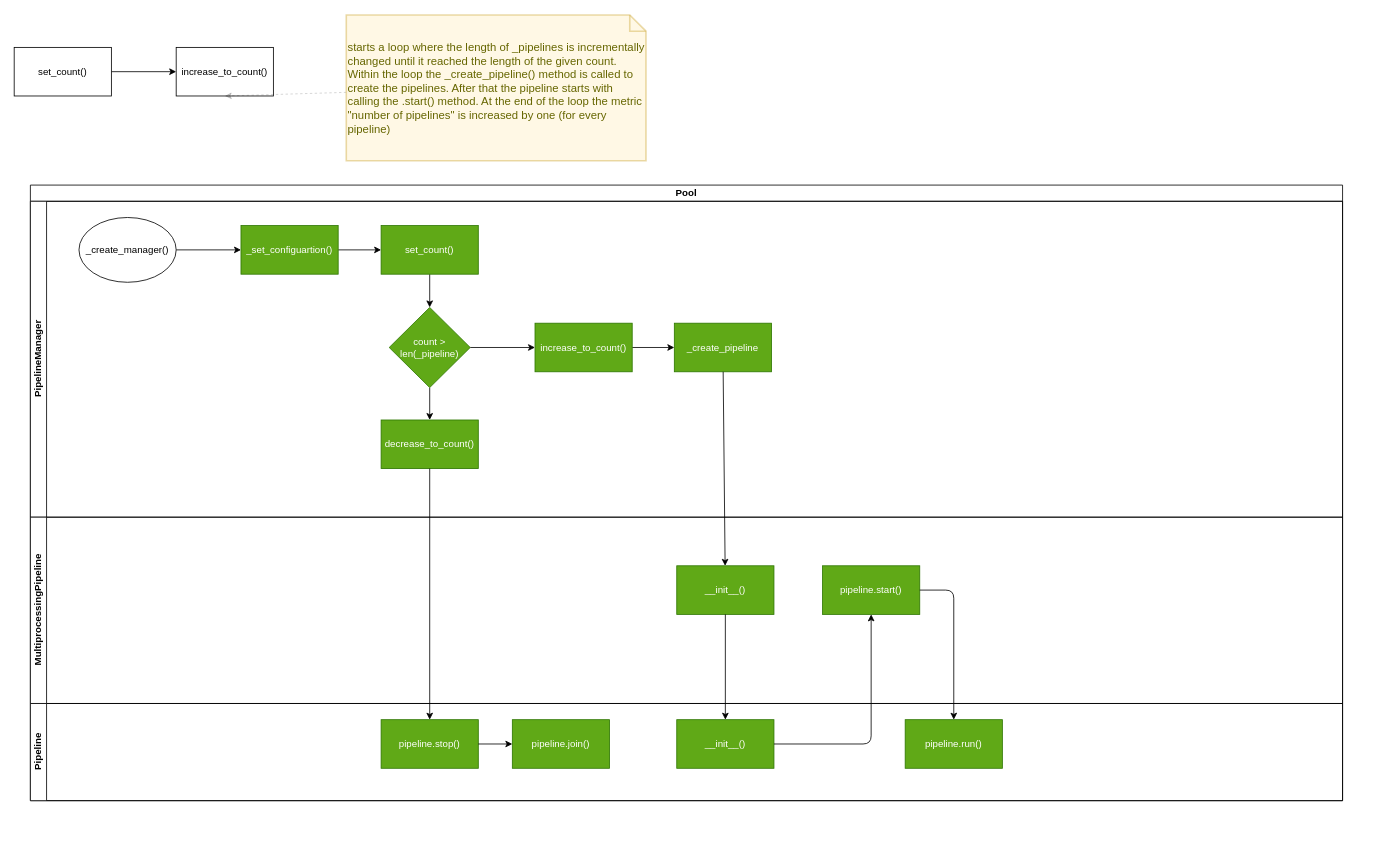
Above: doc/source/development/architecture/diagramms/pipelineManager.drawio in fkie-cad/Logprep (draw.io), before the change. Source tidied: cells renumbered, new cells numbered last; positions are measured from the earlier drawing's top-left corner, leaving out a move shared by most shapes. Both pictures are drawn from the tidied source at 81%, with x=0, y=0 at pixel (14, 15).
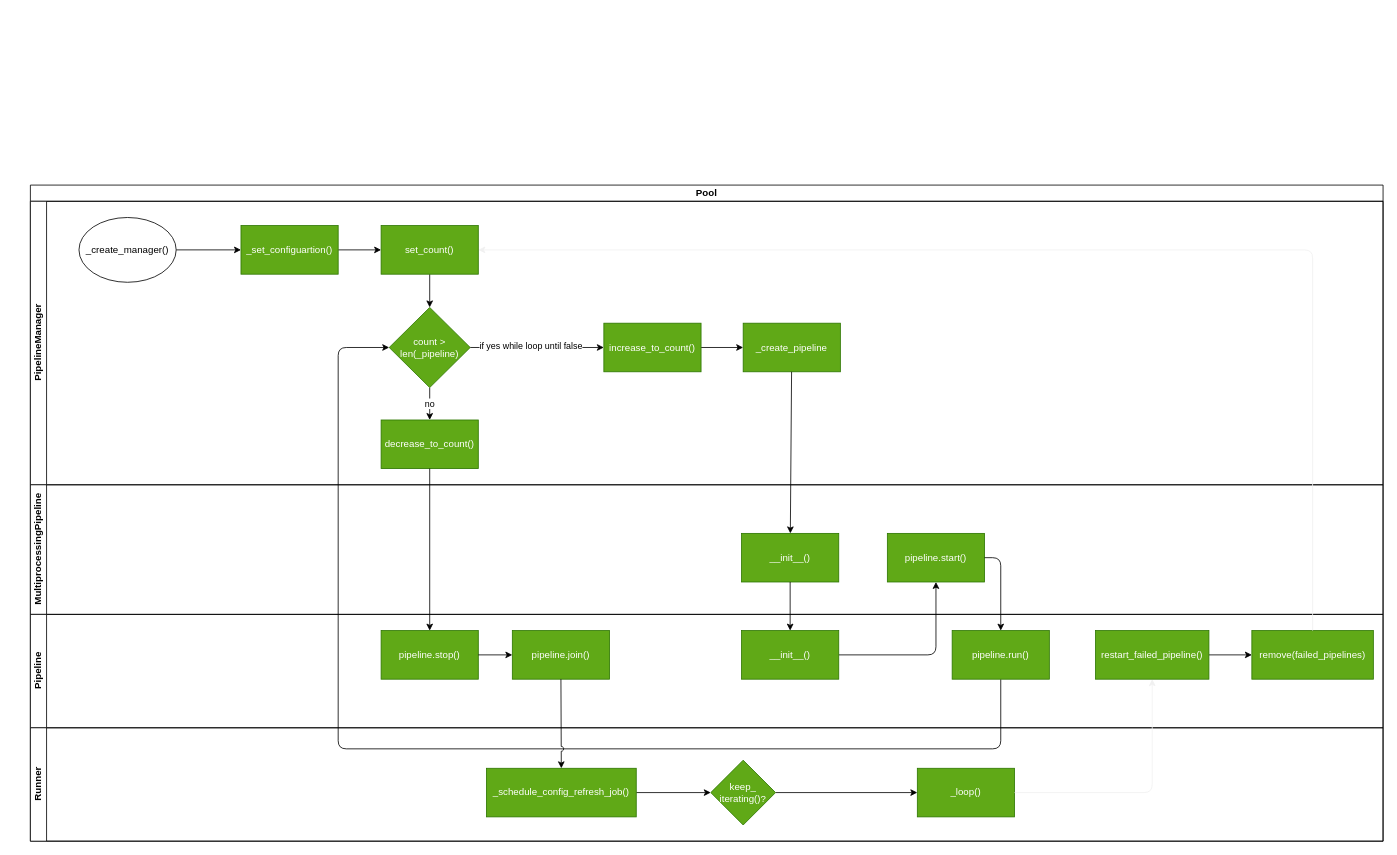
The same diagram, later.

Commit message:
update pipelineManager diagramm

The change refers to these unchanged cells:
```xml
<mxCell id="14" value="set_count()" style="whiteSpace=wrap;html=1;fillColor=#60a917;fontColor=#ffffff;strokeColor=#2D7600;" parent="8" vertex="1">
  <mxGeometry x="433" y="30" width="120" height="60" as="geometry" />
</mxCell>
<mxCell id="16" style="edgeStyle=none;html=1;" parent="8" edge="1" source="17" target="20">
  <mxGeometry relative="1" as="geometry" />
</mxCell>
<mxCell id="17" value="count &amp;gt; len(_pipeline)" style="rhombus;whiteSpace=wrap;html=1;fillColor=#60a917;fontColor=#ffffff;strokeColor=#2D7600;" parent="8" vertex="1">
  <mxGeometry x="443" y="131" width="100" height="99" as="geometry" />
</mxCell>
<mxCell id="18" value="decrease_to_count()" style="whiteSpace=wrap;html=1;fillColor=#60a917;fontColor=#ffffff;strokeColor=#2D7600;" parent="8" vertex="1">
  <mxGeometry x="433" y="270" width="120" height="60" as="geometry" />
</mxCell>
<mxCell id="26" value="pipeline.join()" style="whiteSpace=wrap;html=1;rounded=0;fillColor=#60a917;fontColor=#ffffff;strokeColor=#2D7600;" parent="25" vertex="1">
  <mxGeometry x="595" y="20" width="120" height="60" as="geometry" />
</mxCell>
<mxCell id="27" value="pipeline.stop()" style="rounded=0;whiteSpace=wrap;html=1;fillColor=#60a917;fontColor=#ffffff;strokeColor=#2D7600;" parent="25" vertex="1">
  <mxGeometry x="433" y="20" width="120" height="60" as="geometry" />
</mxCell>
```

What changed in the source:
```diff
@@
-    <mxCell id="2" style="edgeStyle=none;html=1;" parent="1" edge="1" source="3" target="4">
-      <mxGeometry relative="1" as="geometry" />
-    </mxCell>
-    <mxCell id="3" value="set_count()" style="rounded=0;whiteSpace=wrap;html=1;" parent="1" vertex="1">
-      <mxGeometry y="40" width="120" height="60" as="geometry" />
-    </mxCell>
-    <mxCell id="4" value="increase_to_count()" style="whiteSpace=wrap;html=1;rounded=0;" parent="1" vertex="1">
-      <mxGeometry x="200" y="40" width="120" height="60" as="geometry" />
-    </mxCell>
-    <mxCell id="5" style="edgeStyle=none;html=1;entryX=0.5;entryY=1;entryDx=0;entryDy=0;dashed=1;opacity=20;" parent="1" edge="1" source="6" target="4">
-      <mxGeometry relative="1" as="geometry" />
-    </mxCell>
-    <mxCell id="6" value="starts a loop where the length of _pipelines is incrementally changed until it reached the length of the given count. Within the loop the _create_pipeline() method is called to create the pipelines. After that the pipeline starts with calling the .start() method. At the end of the loop the metric &quot;number of pipelines&quot; is increased by one (for every pipeline)" style="shape=note;strokeWidth=2;fontSize=14;size=20;whiteSpace=wrap;html=1;fillColor=#fff2cc;strokeColor=#d6b656;fontColor=#666600;align=left;opacity=50;" parent="1" vertex="1">
-      <mxGeometry x="410" width="370" height="180" as="geometry" />
-    </mxCell>
     <mxCell id="7" value="Pool" style="swimlane;html=1;horizontal=1;startSize=20;whiteSpace=wrap;" parent="1" vertex="1">
-      <mxGeometry x="20" y="210" width="1620" height="760" as="geometry" />
+      <mxGeometry x="20" y="210" width="1670" height="810" as="geometry" />
     </mxCell>
     <mxCell id="8" value="PipelineManager" style="swimlane;html=1;startSize=20;horizontal=0;" parent="7" vertex="1">
-      <mxGeometry y="20" width="1620" height="390" as="geometry" />
+      <mxGeometry y="20" width="1670" height="350" as="geometry" />
     </mxCell>
@@
-    <mxCell id="15" style="edgeStyle=none;html=1;" parent="8" edge="1" source="17" target="18">
+    <mxCell id="15" value="no" style="edgeStyle=none;html=1;" parent="8" edge="1" source="17" target="18">
       <mxGeometry relative="1" as="geometry" />
     </mxCell>
@@
+    <mxCell id="36" value="if yes while loop until false" style="edgeLabel;html=1;align=center;verticalAlign=middle;" parent="16" vertex="1">
+      <mxGeometry x="-0.28" y="2" relative="1" as="geometry">
+        <mxPoint x="15" as="offset" />
+      </mxGeometry>
+    </mxCell>
@@
     <mxCell id="20" value="increase_to_count()" style="whiteSpace=wrap;html=1;fillColor=#60a917;fontColor=#ffffff;strokeColor=#2D7600;" parent="8" vertex="1">
-      <mxGeometry x="623" y="150.5" width="120" height="60" as="geometry" />
+      <mxGeometry x="708" y="150.5" width="120" height="60" as="geometry" />
     </mxCell>
     <mxCell id="21" value="_create_pipeline" style="whiteSpace=wrap;html=1;fillColor=#60a917;fontColor=#ffffff;strokeColor=#2D7600;" parent="8" vertex="1">
-      <mxGeometry x="795" y="150.5" width="120" height="60" as="geometry" />
+      <mxGeometry x="880" y="150.5" width="120" height="60" as="geometry" />
     </mxCell>
     <mxCell id="22" value="MultiprocessingPipeline" style="swimlane;html=1;startSize=20;horizontal=0;" parent="7" vertex="1">
-      <mxGeometry y="410" width="1620" height="230" as="geometry" />
+      <mxGeometry y="370" width="1670" height="160" as="geometry" />
     </mxCell>
     <mxCell id="23" value="__init__()" style="whiteSpace=wrap;html=1;fillColor=#60a917;fontColor=#ffffff;strokeColor=#2D7600;" parent="22" vertex="1">
-      <mxGeometry x="798" y="60" width="120" height="60" as="geometry" />
+      <mxGeometry x="878" y="60" width="120" height="60" as="geometry" />
     </mxCell>
     <mxCell id="24" value="pipeline.start()" style="whiteSpace=wrap;html=1;fillColor=#60a917;fontColor=#ffffff;strokeColor=#2D7600;" parent="22" vertex="1">
-      <mxGeometry x="978" y="60" width="120" height="60" as="geometry" />
+      <mxGeometry x="1058" y="60" width="120" height="60" as="geometry" />
     </mxCell>
+    <mxCell id="31" style="edgeStyle=none;html=1;" parent="7" edge="1" source="18" target="27">
+      <mxGeometry relative="1" as="geometry" />
+    </mxCell>
+    <mxCell id="32" style="edgeStyle=none;html=1;" parent="7" edge="1" source="21" target="23">
+      <mxGeometry relative="1" as="geometry" />
+    </mxCell>
+    <mxCell id="33" style="edgeStyle=none;html=1;" parent="7" edge="1" source="23" target="29">
+      <mxGeometry relative="1" as="geometry" />
+    </mxCell>
+    <mxCell id="34" style="edgeStyle=orthogonalEdgeStyle;html=1;" parent="7" edge="1" source="29" target="24">
+      <mxGeometry relative="1" as="geometry" />
+    </mxCell>
+    <mxCell id="35" style="edgeStyle=orthogonalEdgeStyle;html=1;entryX=0.5;entryY=0;entryDx=0;entryDy=0;exitX=1;exitY=0.5;exitDx=0;exitDy=0;" parent="7" edge="1" source="24" target="30">
+      <mxGeometry relative="1" as="geometry">
+        <Array as="points">
+          <mxPoint x="1198" y="460" />
+        </Array>
+      </mxGeometry>
+    </mxCell>
+    <mxCell id="37" style="edgeStyle=orthogonalEdgeStyle;html=1;entryX=0;entryY=0.5;entryDx=0;entryDy=0;exitX=0.5;exitY=1;exitDx=0;exitDy=0;" parent="7" edge="1" source="30" target="17">
+      <mxGeometry relative="1" as="geometry">
+        <Array as="points">
+          <mxPoint x="1198" y="696" />
+          <mxPoint x="380" y="696" />
+          <mxPoint x="380" y="200" />
+        </Array>
+      </mxGeometry>
+    </mxCell>
     <mxCell id="25" value="Pipeline" style="swimlane;html=1;startSize=20;horizontal=0;" parent="7" vertex="1">
-      <mxGeometry y="640" width="1620" height="120" as="geometry" />
+      <mxGeometry y="530" width="1670" height="140" as="geometry" />
     </mxCell>
@@
     <mxCell id="29" value="__init__()" style="whiteSpace=wrap;html=1;fillColor=#60a917;fontColor=#ffffff;strokeColor=#2D7600;" parent="25" vertex="1">
-      <mxGeometry x="798" y="20" width="120" height="60" as="geometry" />
+      <mxGeometry x="878" y="20" width="120" height="60" as="geometry" />
     </mxCell>
     <mxCell id="30" value="pipeline.run()" style="whiteSpace=wrap;html=1;fillColor=#60a917;fontColor=#ffffff;strokeColor=#2D7600;" parent="25" vertex="1">
-      <mxGeometry x="1080" y="20" width="120" height="60" as="geometry" />
+      <mxGeometry x="1138" y="20" width="120" height="60" as="geometry" />
     </mxCell>
-    <mxCell id="31" style="edgeStyle=none;html=1;" parent="7" edge="1" source="18" target="27">
-      <mxGeometry relative="1" as="geometry" />
-    </mxCell>
-    <mxCell id="32" style="edgeStyle=none;html=1;" parent="7" edge="1" source="21" target="23">
-      <mxGeometry relative="1" as="geometry" />
-    </mxCell>
-    <mxCell id="33" style="edgeStyle=none;html=1;" parent="7" edge="1" source="23" target="29">
-      <mxGeometry relative="1" as="geometry" />
-    </mxCell>
-    <mxCell id="34" style="edgeStyle=orthogonalEdgeStyle;html=1;" parent="7" edge="1" source="29" target="24">
-      <mxGeometry relative="1" as="geometry" />
-    </mxCell>
-    <mxCell id="35" style="edgeStyle=orthogonalEdgeStyle;html=1;entryX=0.5;entryY=0;entryDx=0;entryDy=0;" parent="7" edge="1" source="24" target="30">
-      <mxGeometry relative="1" as="geometry">
-        <Array as="points">
-          <mxPoint x="1140" y="500" />
-        </Array>
-      </mxGeometry>
-    </mxCell>
+    <mxCell id="38" style="edgeStyle=orthogonalEdgeStyle;jumpStyle=arc;html=1;" parent="25" edge="1" source="39" target="40">
+      <mxGeometry relative="1" as="geometry" />
+    </mxCell>
+    <mxCell id="39" value="restart_failed_pipeline()" style="whiteSpace=wrap;html=1;rounded=0;fillColor=#60a917;fontColor=#ffffff;strokeColor=#2D7600;" parent="25" vertex="1">
+      <mxGeometry x="1315" y="20" width="140" height="60" as="geometry" />
+    </mxCell>
+    <mxCell id="40" value="remove(failed_pipelines)" style="whiteSpace=wrap;html=1;rounded=0;fillColor=#60a917;fontColor=#ffffff;strokeColor=#2D7600;" parent="25" vertex="1">
+      <mxGeometry x="1508" y="20" width="150" height="60" as="geometry" />
+    </mxCell>
+    <mxCell id="41" value="Runner" style="swimlane;html=1;startSize=20;horizontal=0;" parent="7" vertex="1">
+      <mxGeometry y="670" width="1670" height="140" as="geometry" />
+    </mxCell>
+    <mxCell id="42" style="edgeStyle=orthogonalEdgeStyle;jumpStyle=arc;html=1;" parent="41" edge="1" source="43" target="44">
+      <mxGeometry relative="1" as="geometry" />
+    </mxCell>
+    <mxCell id="43" value="keep_&lt;br&gt;iterating()?" style="rhombus;whiteSpace=wrap;html=1;rounded=0;fillColor=#60a917;fontColor=#ffffff;strokeColor=#2D7600;" parent="41" vertex="1">
+      <mxGeometry x="840" y="40" width="80" height="80" as="geometry" />
+    </mxCell>
+    <mxCell id="44" value="_loop()" style="whiteSpace=wrap;html=1;rounded=0;fillColor=#60a917;fontColor=#ffffff;strokeColor=#2D7600;" parent="41" vertex="1">
+      <mxGeometry x="1095" y="50" width="120" height="60" as="geometry" />
+    </mxCell>
+    <mxCell id="45" style="edgeStyle=orthogonalEdgeStyle;jumpStyle=arc;html=1;strokeColor=#F0F0F0;" parent="7" edge="1" source="44" target="39">
+      <mxGeometry relative="1" as="geometry" />
+    </mxCell>
+    <mxCell id="46" style="edgeStyle=orthogonalEdgeStyle;jumpStyle=arc;html=1;entryX=1;entryY=0.5;entryDx=0;entryDy=0;fillColor=#60a917;strokeColor=#F0F0F0;exitX=0.5;exitY=0;exitDx=0;exitDy=0;" parent="7" edge="1" source="40" target="14">
+      <mxGeometry relative="1" as="geometry">
+        <Array as="points">
+          <mxPoint x="1583" y="80" />
+        </Array>
+      </mxGeometry>
+    </mxCell>
+    <mxCell id="47" style="edgeStyle=orthogonalEdgeStyle;html=1;jumpStyle=arc;" parent="1" edge="1" source="26" target="49">
+      <mxGeometry relative="1" as="geometry" />
+    </mxCell>
+    <mxCell id="48" style="edgeStyle=orthogonalEdgeStyle;jumpStyle=arc;html=1;" parent="1" edge="1" source="49" target="43">
+      <mxGeometry relative="1" as="geometry" />
+    </mxCell>
+    <mxCell id="49" value="_schedule_config_refresh_job()" style="rounded=0;whiteSpace=wrap;html=1;fillColor=#60a917;fontColor=#ffffff;strokeColor=#2D7600;" parent="1" vertex="1">
+      <mxGeometry x="583" y="930" width="185" height="60" as="geometry" />
+    </mxCell>
```
